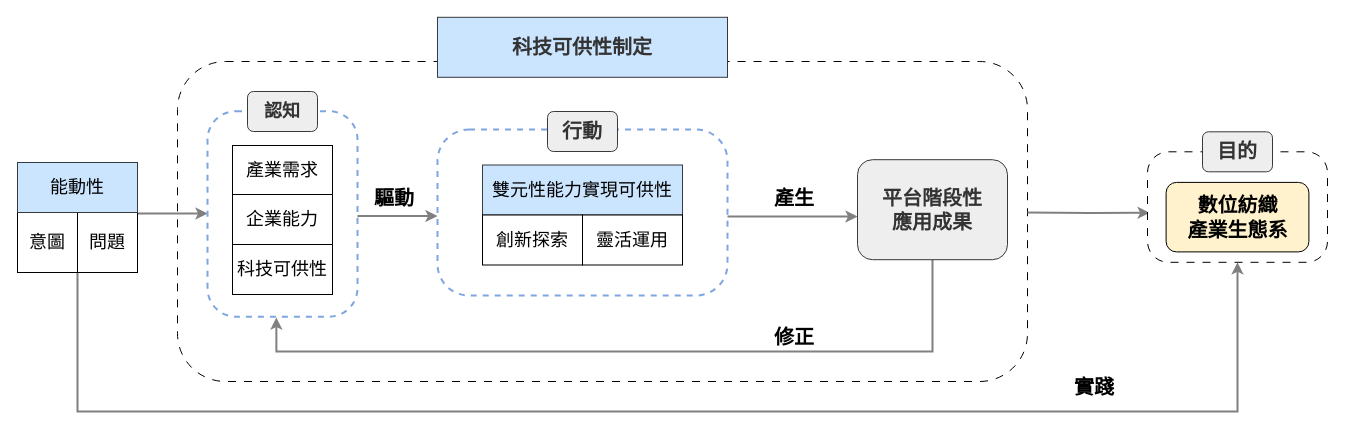
Earlier version of the draw.io diagram 論文ver1/frontier enactment theroy_v6.drawio (carina419/NTUST). Source tidied: cells renumbered, new cells numbered last; positions are measured from the earlier drawing's top-left corner, leaving out a move shared by most shapes. Both pictures are drawn from the tidied source at 100%, with x=0, y=0 at pixel (17, 17).
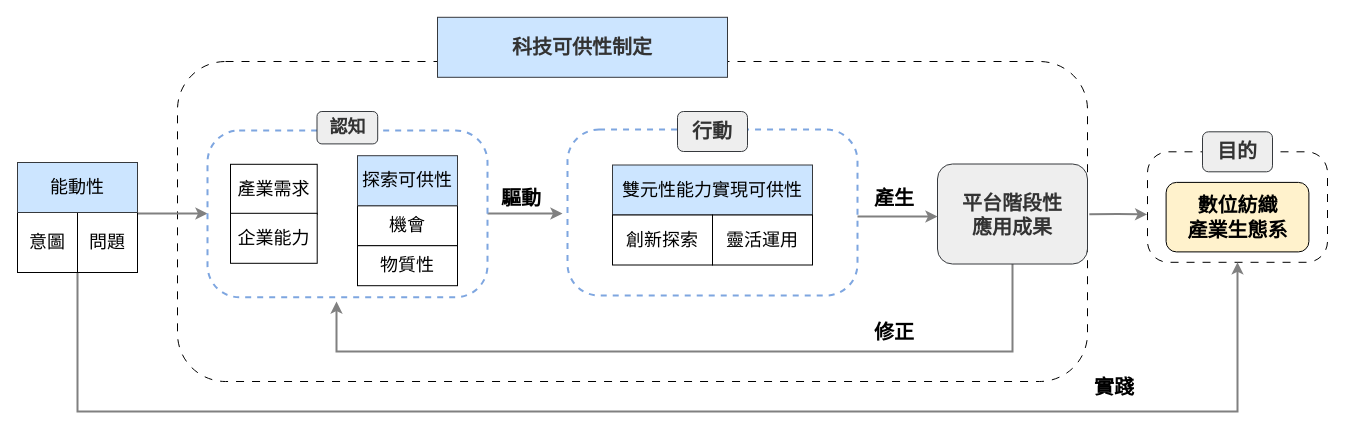
The same page after the edit.

The change refers to these unchanged cells:
```xml
<mxCell id="16" style="rounded=1;whiteSpace=wrap;html=1;strokeWidth=1;dashed=1;dashPattern=8 8;fontFamily=標楷體;fontSize=18;fontStyle=0;arcSize=19;" parent="15" vertex="1">
  <mxGeometry y="20" width="180" height="110.5" as="geometry" />
</mxCell>
<mxCell id="21" style="group;" parent="1" vertex="1">
  <mxGeometry y="145" width="120" height="110" as="geometry" />
</mxCell>
```

Change to the diagram source:
```diff
@@
     <mxCell id="2" style="rounded=1;whiteSpace=wrap;html=1;strokeWidth=1;fontFamily=標楷體;fontSize=18;fontStyle=0;dashed=1;dashPattern=8 8;" parent="1" vertex="1">
-      <mxGeometry x="160" y="44" width="850" height="320" as="geometry" />
+      <mxGeometry x="160" y="44" width="910" height="320" as="geometry" />
     </mxCell>
     <mxCell id="3" value="&lt;font style=&quot;font-size: 20px;&quot; face=&quot;標楷體&quot;&gt;&lt;b style=&quot;&quot;&gt;驅&lt;/b&gt;&lt;/font&gt;&lt;b style=&quot;font-size: 20px; font-family: 標楷體; background-color: transparent; color: light-dark(rgb(0, 0, 0), rgb(255, 255, 255));&quot;&gt;動&lt;/b&gt;" style="text;html=1;align=center;verticalAlign=middle;whiteSpace=wrap;rounded=0;fontFamily=Helvetica;fontSize=12;fontColor=default;" parent="1" vertex="1">
-      <mxGeometry x="350" y="164.5" width="54.4" height="30" as="geometry" />
+      <mxGeometry x="477" y="164.5" width="54.4" height="30" as="geometry" />
     </mxCell>
@@
     <mxCell id="5" value="&lt;font face=&quot;標楷體&quot;&gt;&lt;span style=&quot;font-size: 20px;&quot;&gt;&lt;b&gt;產生&lt;/b&gt;&lt;/span&gt;&lt;/font&gt;" style="text;html=1;align=center;verticalAlign=middle;whiteSpace=wrap;rounded=0;fontFamily=Helvetica;fontSize=12;fontColor=default;" parent="1" vertex="1">
-      <mxGeometry x="750" y="164.5" width="54.4" height="30" as="geometry" />
+      <mxGeometry x="850" y="164.5" width="54.4" height="30" as="geometry" />
     </mxCell>
     <mxCell id="6" style="edgeStyle=orthogonalEdgeStyle;rounded=0;orthogonalLoop=1;jettySize=auto;html=1;exitX=1;exitY=0.5;exitDx=0;exitDy=0;entryX=0;entryY=0.5;entryDx=0;entryDy=0;strokeWidth=2;strokeColor=#808080;" parent="1" edge="1">
       <mxGeometry relative="1" as="geometry">
-        <mxPoint x="340" y="200" as="sourcePoint" />
-        <mxPoint x="420" y="198.5" as="targetPoint" />
+        <mxPoint x="465" y="197.5" as="sourcePoint" />
+        <mxPoint x="545" y="196" as="targetPoint" />
         <Array as="points">
-          <mxPoint x="340" y="198" />
-          <mxPoint x="420" y="198" />
+          <mxPoint x="465" y="195.5" />
+          <mxPoint x="545" y="195.5" />
         </Array>
       </mxGeometry>
     </mxCell>
-    <mxCell id="7" style="edgeStyle=orthogonalEdgeStyle;rounded=0;jettySize=auto;html=1;strokeColor=#808080;strokeWidth=2;align=center;verticalAlign=middle;fontFamily=Helvetica;fontSize=11;fontColor=default;labelBackgroundColor=default;endArrow=classic;" parent="1" edge="1" target="14">
-      <mxGeometry relative="1" as="geometry">
-        <mxPoint x="710" y="198" as="sourcePoint" />
-        <Array as="points">
-          <mxPoint x="710" y="199" />
-        </Array>
-      </mxGeometry>
-    </mxCell>
     <mxCell id="8" value="&lt;font face=&quot;標楷體&quot;&gt;&lt;span style=&quot;font-size: 20px;&quot;&gt;&lt;b&gt;修正&lt;/b&gt;&lt;/span&gt;&lt;/font&gt;" style="text;html=1;align=center;verticalAlign=middle;whiteSpace=wrap;rounded=0;fontFamily=Helvetica;fontSize=12;fontColor=default;" parent="1" vertex="1">
-      <mxGeometry x="750" y="304" width="54.4" height="30" as="geometry" />
+      <mxGeometry x="850" y="299.3" width="54.4" height="30" as="geometry" />
     </mxCell>
-    <mxCell id="9" style="rounded=1;whiteSpace=wrap;html=1;strokeWidth=2;dashed=1;fontFamily=標楷體;fontSize=18;fontStyle=0;arcSize=19;strokeColor=#7EA6E0;" parent="1" vertex="1">
-      <mxGeometry x="420" y="112" width="290" height="166" as="geometry" />
-    </mxCell>
-    <mxCell id="10" value="&lt;span style=&quot;color: light-dark(rgb(51, 51, 51), rgb(193, 193, 193)); background-color: transparent;&quot;&gt;&lt;b&gt;&lt;font style=&quot;font-size: 20px;&quot;&gt;行動&lt;/font&gt;&lt;/b&gt;&lt;/span&gt;" style="rounded=1;whiteSpace=wrap;html=1;strokeColor=#36393d;fillColor=#eeeeee;fontFamily=標楷體;fontSize=18;fontStyle=0;" parent="1" vertex="1">
-      <mxGeometry x="530" y="94" width="70" height="40" as="geometry" />
-    </mxCell>
     <mxCell id="11" value="&lt;font face=&quot;標楷體&quot;&gt;&lt;span style=&quot;font-size: 20px;&quot;&gt;&lt;b&gt;實踐&lt;/b&gt;&lt;/span&gt;&lt;/font&gt;" style="text;html=1;align=center;verticalAlign=middle;whiteSpace=wrap;rounded=0;" parent="1" vertex="1">
-      <mxGeometry x="1050" y="354" width="54.4" height="30" as="geometry" />
+      <mxGeometry x="1070" y="354" width="54.4" height="30" as="geometry" />
     </mxCell>
-    <mxCell id="12" style="edgeStyle=orthogonalEdgeStyle;rounded=0;orthogonalLoop=1;jettySize=auto;html=1;entryX=0.009;entryY=0.413;entryDx=0;entryDy=0;entryPerimeter=0;strokeColor=#808080;strokeWidth=2;align=center;verticalAlign=middle;fontFamily=Helvetica;fontSize=11;fontColor=default;labelBackgroundColor=default;endArrow=classic;" parent="1" edge="1">
-      <mxGeometry relative="1" as="geometry">
-        <mxPoint x="1010" y="195" as="sourcePoint" />
-        <mxPoint x="1132.1" y="195.3" as="targetPoint" />
-      </mxGeometry>
+    <mxCell id="12" style="edgeStyle=orthogonalEdgeStyle;rounded=0;jettySize=auto;html=1;entryX=-0.002;entryY=0.567;entryDx=0;entryDy=0;entryPerimeter=0;strokeColor=#808080;strokeWidth=2;align=center;verticalAlign=middle;fontFamily=Helvetica;fontSize=11;fontColor=default;labelBackgroundColor=default;endArrow=classic;exitX=1.002;exitY=0.477;exitDx=0;exitDy=0;exitPerimeter=0;" parent="1" edge="1" source="2" target="16">
+      <mxGeometry relative="1" as="geometry" />
     </mxCell>
-    <mxCell id="13" style="edgeStyle=orthogonalEdgeStyle;rounded=0;jettySize=auto;html=1;exitX=0.5;exitY=1;exitDx=0;exitDy=0;entryX=0.459;entryY=1.004;entryDx=0;entryDy=0;entryPerimeter=0;strokeColor=#808080;strokeWidth=2;align=center;verticalAlign=middle;fontFamily=Helvetica;fontSize=11;fontColor=default;labelBackgroundColor=default;endArrow=classic;" parent="1" edge="1" source="14" target="26">
+    <mxCell id="13" style="edgeStyle=orthogonalEdgeStyle;rounded=0;jettySize=auto;html=1;exitX=0.5;exitY=1;exitDx=0;exitDy=0;strokeColor=#808080;strokeWidth=2;align=center;verticalAlign=middle;fontFamily=Helvetica;fontSize=11;fontColor=default;labelBackgroundColor=default;endArrow=classic;" parent="1" edge="1" source="14">
       <mxGeometry relative="1" as="geometry">
+        <mxPoint x="319" y="284" as="targetPoint" />
         <Array as="points">
-          <mxPoint x="915" y="334" />
-          <mxPoint x="259" y="334" />
+          <mxPoint x="995" y="334" />
+          <mxPoint x="319" y="334" />
         </Array>
       </mxGeometry>
     </mxCell>
     <mxCell id="14" value="&lt;font color=&quot;#333333&quot;&gt;&lt;b&gt;平台階段性&lt;/b&gt;&lt;/font&gt;&lt;div&gt;&lt;font color=&quot;#333333&quot;&gt;&lt;b&gt;應用成果&lt;/b&gt;&lt;/font&gt;&lt;/div&gt;" style="rounded=1;whiteSpace=wrap;html=1;strokeColor=#36393d;fillColor=#eeeeee;fontFamily=標楷體;fontSize=20;fontStyle=0;" parent="1" vertex="1">
-      <mxGeometry x="840" y="142.2" width="150" height="100" as="geometry" />
+      <mxGeometry x="920" y="146.5" width="150" height="100" as="geometry" />
     </mxCell>
@@
-    <mxCell id="19" style="edgeStyle=orthogonalEdgeStyle;rounded=0;jettySize=auto;html=1;strokeColor=#808080;strokeWidth=2;align=center;verticalAlign=middle;fontFamily=Helvetica;fontSize=11;fontColor=default;labelBackgroundColor=default;endArrow=classic;" parent="1" edge="1" source="21" target="26">
+    <mxCell id="19" style="edgeStyle=orthogonalEdgeStyle;rounded=0;jettySize=auto;html=1;strokeColor=#808080;strokeWidth=2;align=center;verticalAlign=middle;fontFamily=Helvetica;fontSize=11;fontColor=default;labelBackgroundColor=default;endArrow=classic;" parent="1" edge="1" source="21">
       <mxGeometry relative="1" as="geometry">
+        <mxPoint x="190" y="196" as="targetPoint" />
         <Array as="points">
           <mxPoint x="140" y="196" />
           <mxPoint x="140" y="196" />
         </Array>
       </mxGeometry>
     </mxCell>
@@
-    <mxCell id="25" style="group;" parent="1" vertex="1">
-      <mxGeometry x="190" y="59.8" width="150" height="239.5" as="geometry" />
-    </mxCell>
-    <mxCell id="26" style="rounded=1;whiteSpace=wrap;html=1;strokeWidth=2;dashed=1;fontFamily=標楷體;fontSize=18;fontStyle=0;strokeColor=#7EA6E0;align=center;verticalAlign=middle;arcSize=19;fontColor=default;fillColor=default;" parent="25" vertex="1">
-      <mxGeometry y="33.9" width="150" height="205.5" as="geometry" />
-    </mxCell>
-    <mxCell id="27" value="&lt;font color=&quot;#333333&quot;&gt;&lt;span&gt;&lt;b&gt;認知&lt;/b&gt;&lt;/span&gt;&lt;/font&gt;" style="rounded=1;whiteSpace=wrap;html=1;strokeColor=#36393d;fillColor=#eeeeee;fontFamily=標楷體;fontSize=18;fontStyle=0;" parent="25" vertex="1">
-      <mxGeometry x="40" y="14.2" width="70" height="40" as="geometry" />
-    </mxCell>
-    <mxCell id="28" style="group;" parent="1" vertex="1">
-      <mxGeometry x="215" y="128" width="100" height="149" as="geometry" />
-    </mxCell>
-    <mxCell id="29" value="產業需求" style="rounded=0;whiteSpace=wrap;html=1;fontFamily=標楷體;fontSize=18;fontStyle=0;strokeColor=default;align=center;verticalAlign=middle;fontColor=default;fillColor=default;" parent="28" vertex="1">
-      <mxGeometry width="100" height="50" as="geometry" />
-    </mxCell>
-    <mxCell id="30" value="企業能力" style="rounded=0;whiteSpace=wrap;html=1;fontFamily=標楷體;fontSize=18;fontStyle=0;fillColor=default;strokeColor=default;align=center;verticalAlign=middle;fontColor=default;" parent="28" vertex="1">
-      <mxGeometry y="49" width="100" height="50" as="geometry" />
-    </mxCell>
-    <mxCell id="31" value="科技可供性" style="rounded=0;whiteSpace=wrap;html=1;fontFamily=標楷體;fontSize=18;fontStyle=0;fillColor=default;strokeColor=default;align=center;verticalAlign=middle;fontColor=default;" parent="28" vertex="1">
-      <mxGeometry y="99" width="100" height="50" as="geometry" />
-    </mxCell>
+    <mxCell id="35" style="group;" parent="1" vertex="1">
+      <mxGeometry x="550" y="94" width="290" height="184" as="geometry" />
+    </mxCell>
+    <mxCell id="7" style="edgeStyle=orthogonalEdgeStyle;rounded=0;jettySize=auto;html=1;strokeColor=#808080;strokeWidth=2;align=center;verticalAlign=middle;fontFamily=Helvetica;fontSize=11;fontColor=default;labelBackgroundColor=default;endArrow=classic;" parent="35" edge="1" target="14">
+      <mxGeometry relative="1" as="geometry">
+        <mxPoint x="290" y="104" as="sourcePoint" />
+        <Array as="points">
+          <mxPoint x="290" y="105" />
+        </Array>
+      </mxGeometry>
+    </mxCell>
+    <mxCell id="9" style="rounded=1;whiteSpace=wrap;html=1;strokeWidth=2;dashed=1;fontFamily=標楷體;fontSize=18;fontStyle=0;arcSize=19;strokeColor=#7EA6E0;" parent="35" vertex="1">
+      <mxGeometry y="18" width="290" height="166" as="geometry" />
+    </mxCell>
+    <mxCell id="10" value="&lt;span style=&quot;color: light-dark(rgb(51, 51, 51), rgb(193, 193, 193)); background-color: transparent;&quot;&gt;&lt;b&gt;&lt;font style=&quot;font-size: 20px;&quot;&gt;行動&lt;/font&gt;&lt;/b&gt;&lt;/span&gt;" style="rounded=1;whiteSpace=wrap;html=1;strokeColor=#36393d;fillColor=#eeeeee;fontFamily=標楷體;fontSize=18;fontStyle=0;" parent="35" vertex="1">
+      <mxGeometry x="110" width="70" height="40" as="geometry" />
+    </mxCell>
-    <mxCell id="32" value="雙元性能力實現可供性" style="rounded=0;whiteSpace=wrap;html=1;fontSize=18;fontFamily=標楷體;fillColor=#cce5ff;strokeColor=#36393d;fontStyle=0;align=center;verticalAlign=middle;fontColor=default;" parent="1" vertex="1">
-      <mxGeometry x="465" y="147.5" width="200" height="50" as="geometry" />
+    <mxCell id="32" value="雙元性能力實現可供性" style="rounded=0;whiteSpace=wrap;html=1;fontSize=18;fontFamily=標楷體;fillColor=#cce5ff;strokeColor=#36393d;fontStyle=0;align=center;verticalAlign=middle;fontColor=default;" parent="35" vertex="1">
+      <mxGeometry x="45" y="53.5" width="200" height="50" as="geometry" />
     </mxCell>
-    <mxCell id="33" value="創新探索" style="rounded=0;whiteSpace=wrap;html=1;fontFamily=標楷體;fontSize=18;fontStyle=0;" parent="1" vertex="1">
-      <mxGeometry x="465" y="197.5" width="100" height="50" as="geometry" />
+    <mxCell id="33" value="創新探索" style="rounded=0;whiteSpace=wrap;html=1;fontFamily=標楷體;fontSize=18;fontStyle=0;" parent="35" vertex="1">
+      <mxGeometry x="45" y="103.5" width="100" height="50" as="geometry" />
     </mxCell>
-    <mxCell id="34" value="靈活運用" style="rounded=0;whiteSpace=wrap;html=1;fontFamily=標楷體;fontSize=18;fontStyle=0;" parent="1" vertex="1">
-      <mxGeometry x="565" y="197.5" width="100" height="50" as="geometry" />
+    <mxCell id="34" value="靈活運用" style="rounded=0;whiteSpace=wrap;html=1;fontFamily=標楷體;fontSize=18;fontStyle=0;" parent="35" vertex="1">
+      <mxGeometry x="145" y="103.5" width="100" height="50" as="geometry" />
     </mxCell>
+    <mxCell id="36" style="group;" parent="1" vertex="1">
+      <mxGeometry x="190" y="94" width="280" height="185.7" as="geometry" />
+    </mxCell>
+    <mxCell id="37" style="rounded=1;whiteSpace=wrap;html=1;strokeWidth=2;dashed=1;fontFamily=標楷體;fontSize=18;fontStyle=0;strokeColor=#7EA6E0;align=center;verticalAlign=middle;arcSize=19;fontColor=default;fillColor=default;" parent="36" vertex="1">
+      <mxGeometry y="19" width="280" height="166.7" as="geometry" />
+    </mxCell>
+    <mxCell id="27" value="&lt;font color=&quot;#333333&quot;&gt;&lt;span&gt;&lt;b&gt;認知&lt;/b&gt;&lt;/span&gt;&lt;/font&gt;" style="rounded=1;whiteSpace=wrap;html=1;strokeColor=#36393d;fillColor=#eeeeee;fontFamily=標楷體;fontSize=18;fontStyle=0;" parent="36" vertex="1">
+      <mxGeometry x="109.5" width="60.7" height="32.4" as="geometry" />
+    </mxCell>
+    <mxCell id="38" style="group;" parent="36" vertex="1">
+      <mxGeometry x="150" y="44.2" width="100" height="130" as="geometry" />
+    </mxCell>
+    <mxCell id="39" value="機會" style="rounded=0;whiteSpace=wrap;html=1;fontFamily=標楷體;fontSize=18;fontStyle=0;align=center;verticalAlign=middle;" parent="38" vertex="1">
+      <mxGeometry y="50" width="100" height="40" as="geometry" />
+    </mxCell>
+    <mxCell id="40" value="物質性" style="rounded=0;whiteSpace=wrap;html=1;fontFamily=標楷體;fontSize=18;fontStyle=0;align=center;verticalAlign=middle;" parent="38" vertex="1">
+      <mxGeometry y="90" width="100" height="40" as="geometry" />
+    </mxCell>
+    <mxCell id="41" value="探索可供性" style="rounded=0;whiteSpace=wrap;html=1;fontFamily=標楷體;fontSize=18;fontStyle=0;strokeColor=#36393d;align=center;verticalAlign=middle;fontColor=default;fillColor=#cce5ff;" parent="38" vertex="1">
+      <mxGeometry width="100" height="50" as="geometry" />
+    </mxCell>
+    <mxCell id="42" style="edgeStyle=orthogonalEdgeStyle;rounded=0;orthogonalLoop=1;jettySize=auto;html=1;exitX=0.5;exitY=1;exitDx=0;exitDy=0;" parent="38" edge="1" source="40" target="40">
+      <mxGeometry relative="1" as="geometry" />
+    </mxCell>
+    <mxCell id="43" style="group;" parent="36" vertex="1">
+      <mxGeometry x="23" y="52.8" width="86.7" height="99" as="geometry" />
+    </mxCell>
+    <mxCell id="29" value="產業需求" style="rounded=0;whiteSpace=wrap;html=1;fontFamily=標楷體;fontSize=18;fontStyle=0;strokeColor=default;align=center;verticalAlign=middle;fontColor=default;fillColor=default;" parent="43" vertex="1">
+      <mxGeometry width="86.7" height="50" as="geometry" />
+    </mxCell>
+    <mxCell id="30" value="企業能力" style="rounded=0;whiteSpace=wrap;html=1;fontFamily=標楷體;fontSize=18;fontStyle=0;fillColor=default;strokeColor=default;align=center;verticalAlign=middle;fontColor=default;" parent="43" vertex="1">
+      <mxGeometry y="49" width="86.7" height="50" as="geometry" />
+    </mxCell>
```
